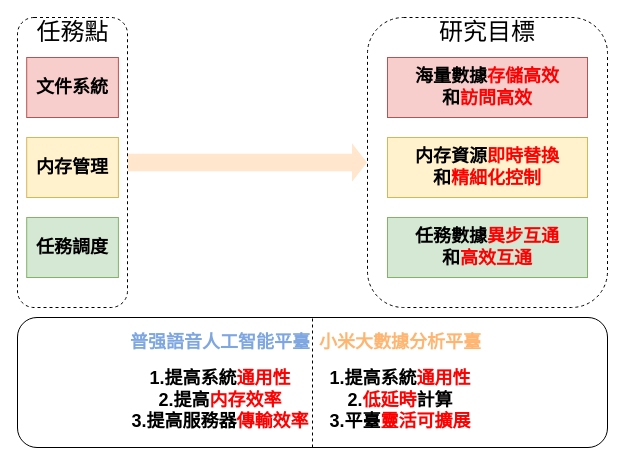
This is 目标.drawio from icszhr/aomenNVM, a draw.io file, before an edit. Source tidied: cells renumbered, new cells numbered last; positions are measured from the earlier drawing's top-left corner, leaving out a move shared by most shapes. Both pictures are drawn from the tidied source at 100%, with x=0, y=0 at pixel (17, 17).
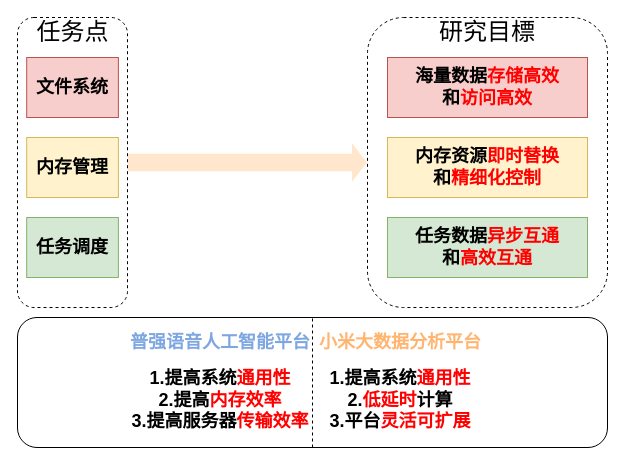
The same page after the edit.

What changed in the source:
```diff
@@
 <mxGraphModel>
   <root>
     <mxCell id="0" />
     <mxCell id="1" parent="0" />
     <mxCell id="2" style="group;" parent="1" vertex="1">
       <mxGeometry width="110" height="290" as="geometry" />
     </mxCell>
     <mxCell id="3" style="rounded=1;whiteSpace=wrap;html=1;dashed=1;" parent="2" vertex="1">
       <mxGeometry width="110" height="290" as="geometry" />
     </mxCell>
-    <mxCell id="4" value="&lt;font style=&quot;font-size: 24px;&quot;&gt;任務點&lt;/font&gt;" style="text;html=1;strokeColor=none;fillColor=none;align=center;verticalAlign=middle;whiteSpace=wrap;rounded=0;" parent="2" vertex="1">
+    <mxCell id="4" value="&lt;span style=&quot;font-size: 24px;&quot;&gt;任务点&lt;/span&gt;" style="text;html=1;strokeColor=none;fillColor=none;align=center;verticalAlign=middle;whiteSpace=wrap;rounded=0;" parent="2" vertex="1">
       <mxGeometry x="14.5" width="81" height="30" as="geometry" />
     </mxCell>
-    <mxCell id="5" value="&lt;font style=&quot;font-size: 18px;&quot;&gt;&lt;b&gt;文件系統&lt;/b&gt;&lt;/font&gt;" style="rounded=0;whiteSpace=wrap;html=1;fillColor=#f8cecc;strokeColor=#b85450;" parent="2" vertex="1">
+    <mxCell id="5" value="&lt;font style=&quot;font-size: 18px;&quot;&gt;&lt;b&gt;文件系统&lt;/b&gt;&lt;/font&gt;" style="rounded=0;whiteSpace=wrap;html=1;fillColor=#f8cecc;strokeColor=#b85450;" parent="2" vertex="1">
       <mxGeometry x="9.2" y="40" width="91.7" height="60" as="geometry" />
     </mxCell>
     <mxCell id="6" value="&lt;span style=&quot;font-size: 18px;&quot;&gt;&lt;b&gt;内存管理&lt;/b&gt;&lt;/span&gt;" style="rounded=0;whiteSpace=wrap;html=1;fillColor=#fff2cc;strokeColor=#d6b656;" parent="2" vertex="1">
       <mxGeometry x="9.2" y="120" width="91.7" height="60" as="geometry" />
     </mxCell>
-    <mxCell id="7" value="&lt;font style=&quot;font-size: 18px;&quot;&gt;&lt;b&gt;任務調度&lt;/b&gt;&lt;/font&gt;" style="rounded=0;whiteSpace=wrap;html=1;fillColor=#d5e8d4;strokeColor=#82b366;" parent="2" vertex="1">
+    <mxCell id="7" value="&lt;font style=&quot;font-size: 18px;&quot;&gt;&lt;b&gt;任务调度&lt;/b&gt;&lt;/font&gt;" style="rounded=0;whiteSpace=wrap;html=1;fillColor=#d5e8d4;strokeColor=#82b366;" parent="2" vertex="1">
       <mxGeometry x="9.2" y="200" width="91.7" height="60" as="geometry" />
     </mxCell>
     <mxCell id="8" style="group;rounded=1;" parent="1" vertex="1">
       <mxGeometry x="350" width="240" height="290" as="geometry" />
     </mxCell>
     <mxCell id="9" style="rounded=1;whiteSpace=wrap;html=1;fillColor=#FFFFFF;dashed=1;" parent="8" vertex="1">
       <mxGeometry width="240" height="290" as="geometry" />
     </mxCell>
     <mxCell id="10" value="&lt;span style=&quot;font-size: 24px;&quot;&gt;研究目標&lt;/span&gt;" style="text;html=1;strokeColor=none;fillColor=none;align=center;verticalAlign=middle;whiteSpace=wrap;rounded=0;" parent="8" vertex="1">
       <mxGeometry x="70" width="100" height="30" as="geometry" />
     </mxCell>
-    <mxCell id="11" value="&lt;font style=&quot;font-size: 18px;&quot;&gt;&lt;b style=&quot;border-color: var(--border-color);&quot;&gt;海量數據&lt;/b&gt;&lt;b&gt;&lt;font color=&quot;#ff0000&quot;&gt;存儲高效&lt;/font&gt;&lt;br&gt;和&lt;font color=&quot;#ff0000&quot;&gt;訪問高效&lt;/font&gt;&lt;/b&gt;&lt;/font&gt;" style="rounded=0;whiteSpace=wrap;html=1;fillColor=#f8cecc;strokeColor=#b85450;" parent="8" vertex="1">
+    <mxCell id="11" value="&lt;font style=&quot;font-size: 18px;&quot;&gt;&lt;b style=&quot;border-color: var(--border-color);&quot;&gt;海量数据&lt;/b&gt;&lt;b&gt;&lt;font color=&quot;#ff0000&quot;&gt;存储高效&lt;/font&gt;&lt;br&gt;和&lt;/b&gt;&lt;b style=&quot;border-color: var(--border-color);&quot;&gt;&lt;font style=&quot;border-color: var(--border-color);&quot; color=&quot;#ff0000&quot;&gt;访问&lt;/font&gt;&lt;/b&gt;&lt;b&gt;&lt;font color=&quot;#ff0000&quot;&gt;高效&lt;/font&gt;&lt;/b&gt;&lt;/font&gt;" style="rounded=0;whiteSpace=wrap;html=1;fillColor=#f8cecc;strokeColor=#b85450;" parent="8" vertex="1">
       <mxGeometry x="20" y="40" width="200" height="60" as="geometry" />
     </mxCell>
-    <mxCell id="12" value="&lt;font style=&quot;font-size: 18px;&quot;&gt;&lt;b style=&quot;border-color: var(--border-color);&quot;&gt;&lt;b style=&quot;border-color: var(--border-color);&quot;&gt;内存資源&lt;/b&gt;&lt;font color=&quot;#ff0000&quot;&gt;即時替換&lt;/font&gt;&lt;br&gt;&lt;/b&gt;&lt;b&gt;和&lt;font color=&quot;#ff0000&quot;&gt;精細化控制&lt;/font&gt;&lt;br&gt;&lt;/b&gt;&lt;/font&gt;" style="rounded=0;whiteSpace=wrap;html=1;fillColor=#fff2cc;strokeColor=#d6b656;" parent="8" vertex="1">
+    <mxCell id="12" value="&lt;font style=&quot;font-size: 18px;&quot;&gt;&lt;b style=&quot;border-color: var(--border-color);&quot;&gt;&lt;b style=&quot;border-color: var(--border-color);&quot;&gt;内存资源&lt;/b&gt;&lt;font color=&quot;#ff0000&quot;&gt;即时替换&lt;/font&gt;&lt;br&gt;&lt;/b&gt;&lt;b&gt;和&lt;font color=&quot;#ff0000&quot;&gt;精细化控制&lt;/font&gt;&lt;br&gt;&lt;/b&gt;&lt;/font&gt;" style="rounded=0;whiteSpace=wrap;html=1;fillColor=#fff2cc;strokeColor=#d6b656;" parent="8" vertex="1">
       <mxGeometry x="20" y="120" width="200" height="60" as="geometry" />
     </mxCell>
-    <mxCell id="13" value="&lt;font style=&quot;font-size: 18px;&quot;&gt;&lt;b&gt;任務數據&lt;font color=&quot;#ff0000&quot;&gt;異步互通&lt;/font&gt;&lt;br&gt;和&lt;font color=&quot;#ff0000&quot;&gt;高效互通&lt;/font&gt;&lt;/b&gt;&lt;/font&gt;" style="rounded=0;whiteSpace=wrap;html=1;fillColor=#d5e8d4;strokeColor=#82b366;" parent="8" vertex="1">
+    <mxCell id="13" value="&lt;font style=&quot;font-size: 18px;&quot;&gt;&lt;b&gt;任务数据&lt;font color=&quot;#ff0000&quot;&gt;异步互通&lt;/font&gt;&lt;br&gt;和&lt;font color=&quot;#ff0000&quot;&gt;高效互通&lt;/font&gt;&lt;/b&gt;&lt;/font&gt;" style="rounded=0;whiteSpace=wrap;html=1;fillColor=#d5e8d4;strokeColor=#82b366;" parent="8" vertex="1">
       <mxGeometry x="20" y="200" width="200" height="60" as="geometry" />
     </mxCell>
     <mxCell id="14" style="shape=flexArrow;endArrow=classic;html=1;rounded=0;width=17.39130434782609;endSize=4.6695652173913045;fillColor=#ffe6cc;strokeColor=none;entryX=0;entryY=0.5;entryDx=0;entryDy=0;" parent="1" edge="1" source="3" target="9">
       <mxGeometry relative="1" as="geometry" />
     </mxCell>
     <mxCell id="15" style="rounded=1;whiteSpace=wrap;html=1;" parent="1" vertex="1">
       <mxGeometry y="300" width="590" height="130" as="geometry" />
     </mxCell>
     <mxCell id="16" style="endArrow=none;html=1;rounded=0;entryX=0.5;entryY=0;entryDx=0;entryDy=0;exitX=0.5;exitY=1;exitDx=0;exitDy=0;dashed=1;" parent="1" edge="1" source="15" target="15">
       <mxGeometry relative="1" as="geometry" />
     </mxCell>
-    <mxCell id="17" value="&lt;font style=&quot;&quot;&gt;&lt;b style=&quot;&quot;&gt;&lt;font style=&quot;font-size: 18px;&quot; color=&quot;#7ea6e0&quot;&gt;普强語音人工智能平臺&lt;br&gt;&lt;/font&gt;&lt;/b&gt;&lt;br&gt;&lt;b&gt;&lt;span style=&quot;font-size: 18px;&quot;&gt;1.提高系統&lt;font color=&quot;#ff0000&quot;&gt;通用性&lt;/font&gt;&lt;/span&gt;&lt;br&gt;&lt;span style=&quot;font-size: 18px;&quot;&gt;2.提高&lt;font color=&quot;#ff0000&quot;&gt;内存效率&lt;/font&gt;&lt;/span&gt;&lt;br&gt;&lt;span style=&quot;font-size: 18px;&quot;&gt;3.提高服務器&lt;font color=&quot;#ff0000&quot;&gt;傳輸效率&lt;/font&gt;&lt;/span&gt;&lt;/b&gt;&lt;/font&gt;" style="text;html=1;strokeColor=none;fillColor=none;align=center;verticalAlign=middle;whiteSpace=wrap;rounded=0;" parent="1" vertex="1">
+    <mxCell id="17" value="&lt;font style=&quot;&quot;&gt;&lt;b style=&quot;&quot;&gt;&lt;font style=&quot;font-size: 18px;&quot; color=&quot;#7ea6e0&quot;&gt;普强语音人工智能平台&lt;br&gt;&lt;/font&gt;&lt;/b&gt;&lt;br&gt;&lt;b&gt;&lt;span style=&quot;font-size: 18px;&quot;&gt;1.提高系统&lt;font color=&quot;#ff0000&quot;&gt;通用性&lt;/font&gt;&lt;/span&gt;&lt;br&gt;&lt;span style=&quot;font-size: 18px;&quot;&gt;2.提高&lt;font color=&quot;#ff0000&quot;&gt;内存效率&lt;/font&gt;&lt;/span&gt;&lt;br&gt;&lt;span style=&quot;font-size: 18px;&quot;&gt;3.提高服务器&lt;font color=&quot;#ff0000&quot;&gt;传输效率&lt;/font&gt;&lt;/span&gt;&lt;/b&gt;&lt;/font&gt;" style="text;html=1;strokeColor=none;fillColor=none;align=center;verticalAlign=middle;whiteSpace=wrap;rounded=0;" parent="1" vertex="1">
       <mxGeometry x="110" y="300" width="186" height="130" as="geometry" />
     </mxCell>
-    <mxCell id="18" value="&lt;font style=&quot;&quot;&gt;&lt;b style=&quot;&quot;&gt;&lt;font style=&quot;&quot; color=&quot;#ffb570&quot;&gt;&lt;font style=&quot;font-size: 18px;&quot;&gt;小米大數據分析平臺&lt;/font&gt;&lt;br&gt;&lt;/font&gt;&lt;/b&gt;&lt;br&gt;&lt;b&gt;&lt;span style=&quot;font-size: 18px;&quot;&gt;1.提高系統&lt;font color=&quot;#ff0000&quot;&gt;通用性&lt;/font&gt;&lt;/span&gt;&lt;br&gt;&lt;span style=&quot;font-size: 18px;&quot;&gt;2.&lt;font color=&quot;#ff0000&quot;&gt;低延時&lt;/font&gt;計算&lt;/span&gt;&lt;br&gt;&lt;span style=&quot;font-size: 18px;&quot;&gt;3.平臺&lt;font color=&quot;#ff0000&quot;&gt;靈活可擴展&lt;/font&gt;&lt;/span&gt;&lt;/b&gt;&lt;br&gt;&lt;/font&gt;" style="text;html=1;strokeColor=none;fillColor=none;align=center;verticalAlign=middle;whiteSpace=wrap;rounded=0;" parent="1" vertex="1">
+    <mxCell id="18" value="&lt;font style=&quot;&quot;&gt;&lt;b style=&quot;&quot;&gt;&lt;font style=&quot;&quot; color=&quot;#ffb570&quot;&gt;&lt;font style=&quot;font-size: 18px;&quot;&gt;小米大数据分析平台&lt;/font&gt;&lt;br&gt;&lt;/font&gt;&lt;/b&gt;&lt;br&gt;&lt;b&gt;&lt;span style=&quot;font-size: 18px;&quot;&gt;1.提高系统&lt;font color=&quot;#ff0000&quot;&gt;通用性&lt;/font&gt;&lt;/span&gt;&lt;br&gt;&lt;span style=&quot;font-size: 18px;&quot;&gt;2.&lt;font color=&quot;#ff0000&quot;&gt;低延时&lt;/font&gt;计算&lt;/span&gt;&lt;br&gt;&lt;span style=&quot;font-size: 18px;&quot;&gt;3.平台&lt;font color=&quot;#ff0000&quot;&gt;灵活可扩展&lt;/font&gt;&lt;/span&gt;&lt;/b&gt;&lt;br&gt;&lt;/font&gt;" style="text;html=1;strokeColor=none;fillColor=none;align=center;verticalAlign=middle;whiteSpace=wrap;rounded=0;" parent="1" vertex="1">
       <mxGeometry x="296" y="300" width="174" height="130" as="geometry" />
     </mxCell>
   </root>
 </mxGraphModel>
```
